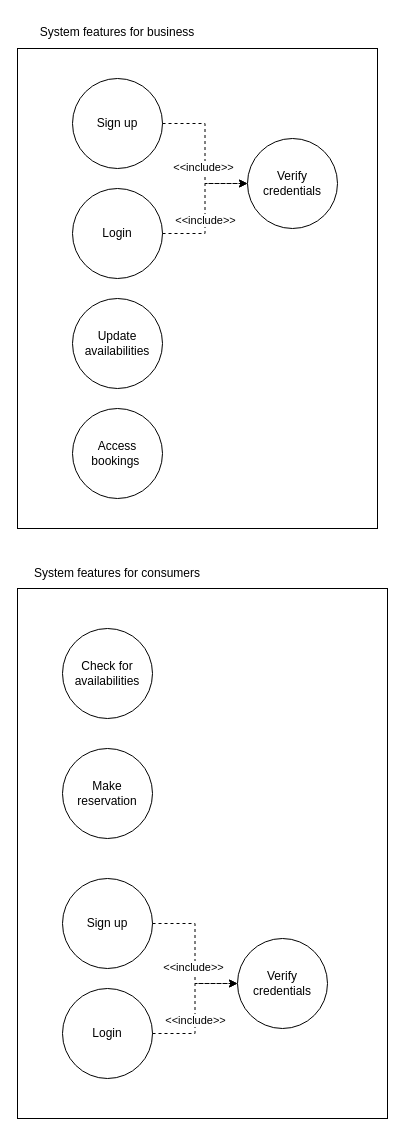
natelufuluabo/booking-system keeps this draw.io diagram as conception/use case diagram.drawio. Above is the earlier version. Source tidied: cells renumbered, new cells numbered last; positions are measured from the earlier drawing's top-left corner, leaving out a move shared by most shapes. Both pictures are drawn from the tidied source at 100%, with x=0, y=0 at pixel (17, 17).
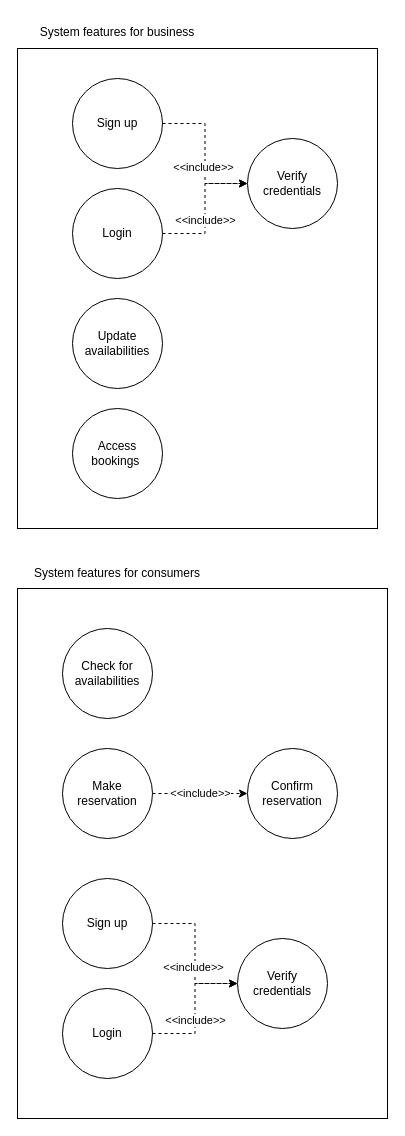
Above is the later version.

Unchanged cells that the change refers to:
```xml
<mxCell id="6" value="Make reservation" style="ellipse;whiteSpace=wrap;html=1;" parent="1" vertex="1">
  <mxGeometry x="45" y="731" width="90" height="90" as="geometry" />
</mxCell>
```

The edit, as a diff of the source:
```diff
@@
+    <mxCell id="26" value="&amp;lt;&amp;lt;include&amp;gt;&amp;gt;" style="edgeStyle=orthogonalEdgeStyle;rounded=0;jettySize=auto;html=1;exitX=1;exitY=0.5;exitDx=0;exitDy=0;entryX=0;entryY=0.5;entryDx=0;entryDy=0;dashed=1;" parent="1" edge="1" source="6" target="27">
+      <mxGeometry relative="1" as="geometry" />
+    </mxCell>
@@
+    <mxCell id="27" value="Confirm reservation" style="ellipse;whiteSpace=wrap;html=1;" parent="1" vertex="1">
+      <mxGeometry x="230" y="731" width="90" height="90" as="geometry" />
+    </mxCell>
```
